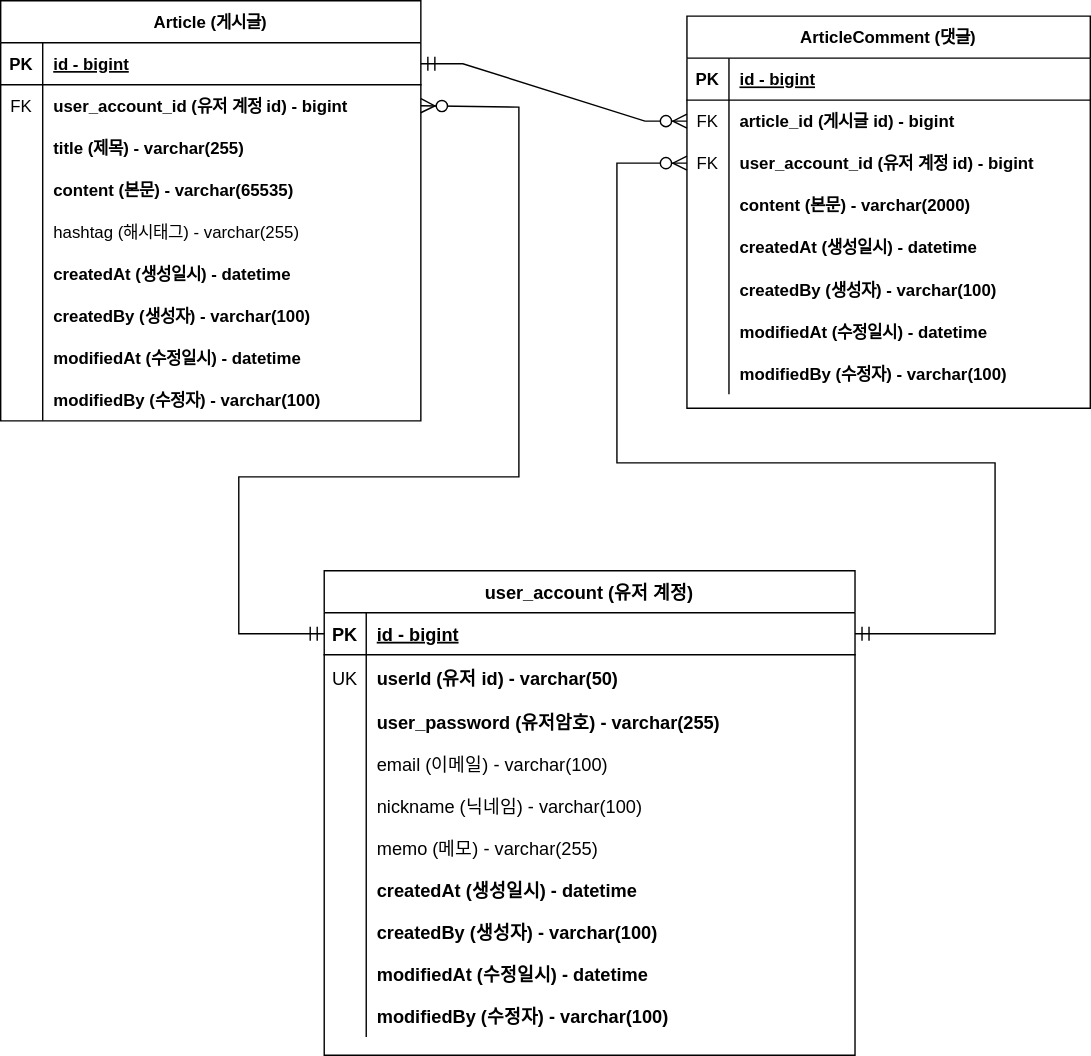
Before: document/project-board-erd.svg, a diagram exported from draw.io (wndgndi/board-project). Source tidied: cells renumbered, new cells last; positions are measured from the earlier drawing's top-left corner, leaving out a move shared by most shapes.
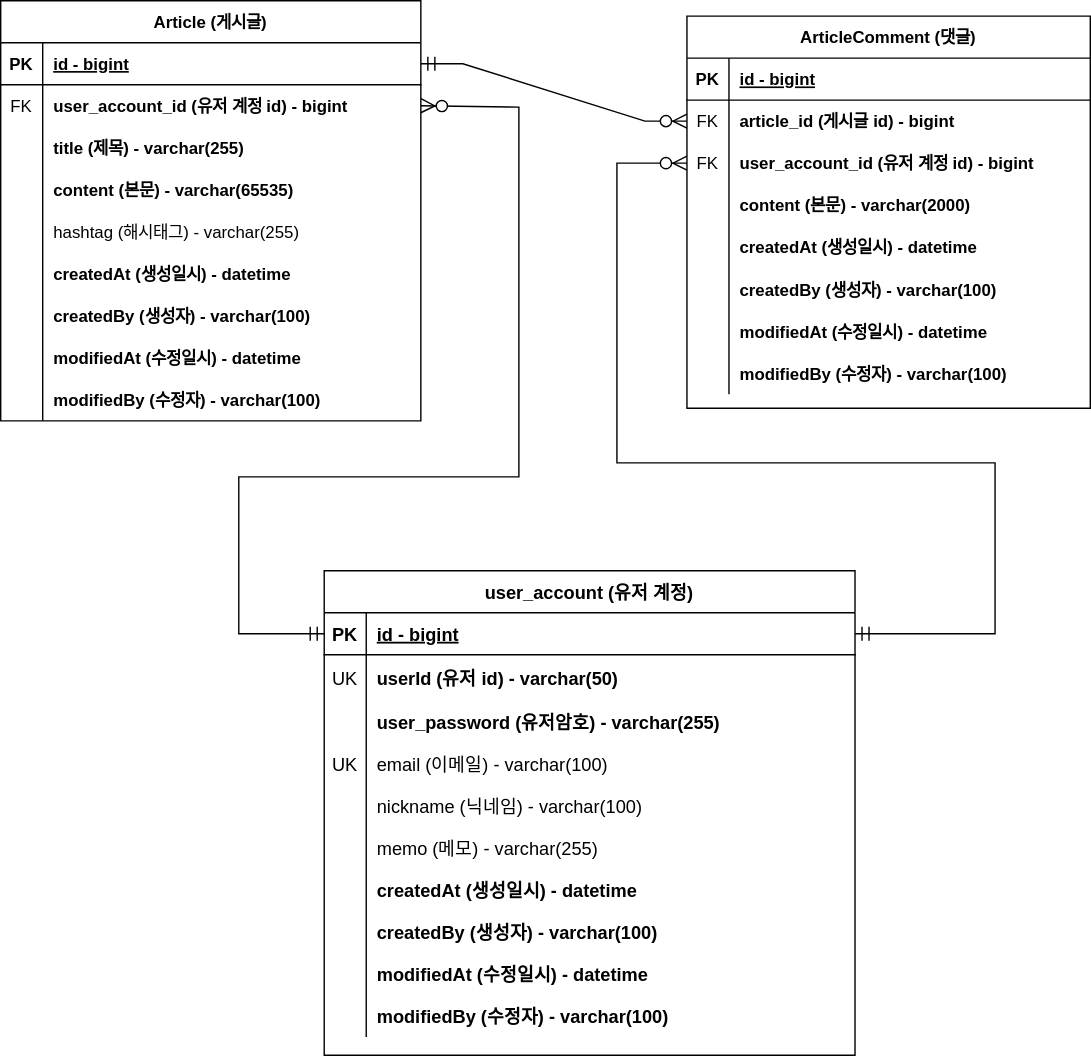
After the change.

Commit message:
project-board-erd.svg: 이메일 unique 설정

The edit, as a diff of the source:
```diff
@@ -197,7 +197,7 @@
     <mxCell id="66" style="shape=tableRow;horizontal=0;startSize=0;swimlaneHead=0;swimlaneBody=0;fillColor=none;top=0;left=0;right=0;bottom=0;fontSize=16;" parent="56" vertex="1">
       <mxGeometry y="123" width="379" height="30" as="geometry" />
     </mxCell>
-    <mxCell id="67" style="shape=partialRectangle;fillColor=none;top=0;left=0;bottom=0;right=0;overflow=hidden;fontSize=16;" parent="66" vertex="1">
+    <mxCell id="67" value="UK" style="shape=partialRectangle;fillColor=none;top=0;left=0;bottom=0;right=0;overflow=hidden;fontSize=13;" parent="66" vertex="1">
       <mxGeometry width="30" height="30" as="geometry" />
     </mxCell>
     <mxCell id="68" value="email (이메일) - varchar(100)" style="shape=partialRectangle;fillColor=none;top=0;left=0;bottom=0;right=0;align=left;spacingLeft=6;overflow=hidden;fontSize=13;" parent="66" vertex="1">
```
